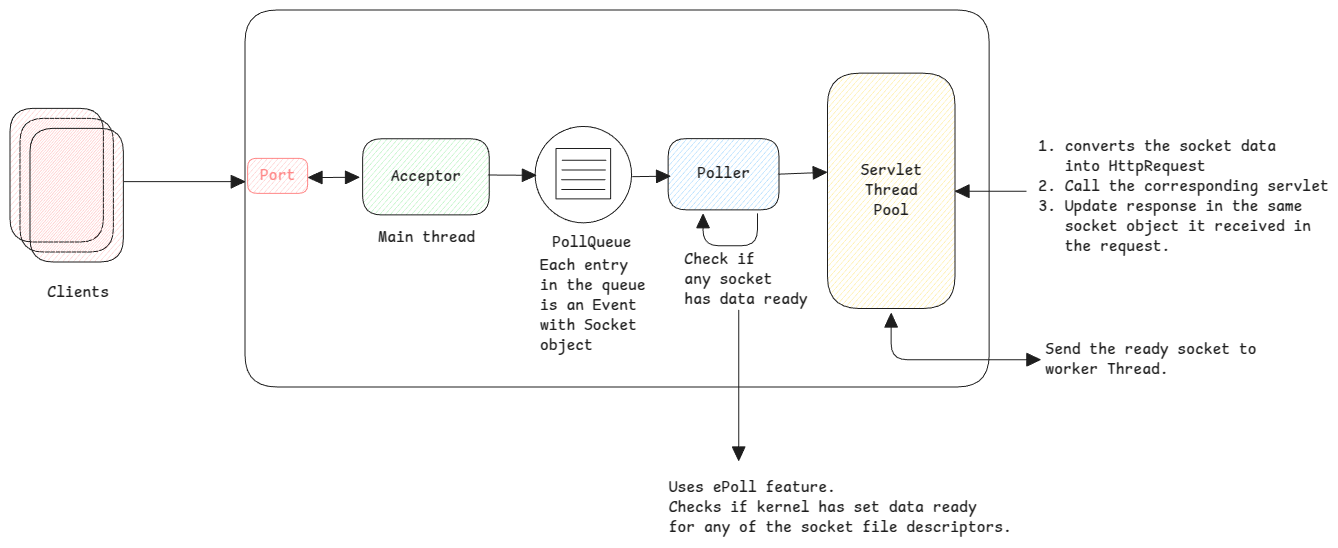
The Excalidraw diagram static/img/nio.excalidraw.png in swaroopar/inprogress-engineer, before a commit. Source tidied: one line per element, renumbered; positions are measured from the earlier drawing's top-left corner, leaving out a move shared by most shapes.
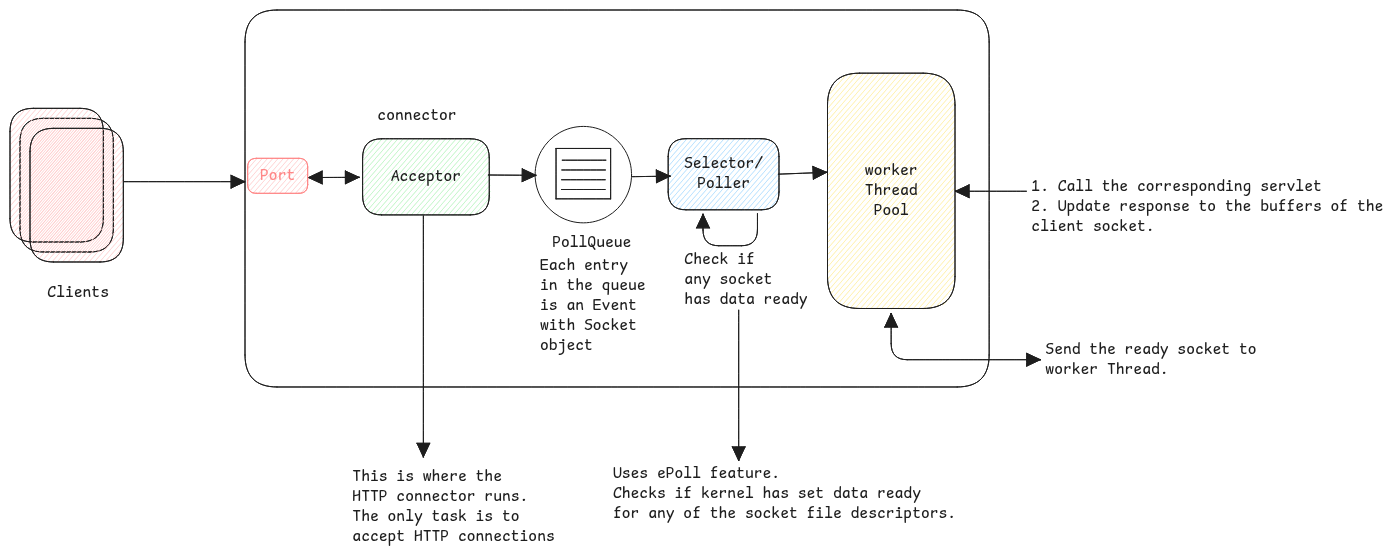
Above is the later version.

Change to the diagram source:
```diff
@@ -12,24 +12,23 @@
 {"id": 11, "type": "line", "strokeColor": "#1e1e1e", "strokeWidth": 1, "roughness": 0, "endArrowhead": "triangle", "round": true, "x": 552, "y": 180, "width": 44, "height": 0, "points": [[0, 0], [44, 0]]}
 {"id": 12, "type": "text", "text": "PollQueue", "strokeColor": "#1e1e1e", "strokeWidth": 1, "roughness": 0, "fontSize": 16, "fontFamily": 8, "x": 542, "y": 223, "width": 79, "height": 20}
 {"id": 13, "type": "rectangle", "strokeColor": "#1e1e1e", "backgroundColor": "#a5d8ff", "fillStyle": "hachure", "strokeWidth": 1, "roughness": 0, "round": true, "x": 658, "y": 129, "width": 111, "height": 71}
-{"id": 14, "type": "text", "text": "Poller", "strokeColor": "#1e1e1e", "strokeWidth": 2, "roughness": 1, "fontSize": 16, "fontFamily": 8, "textAlign": "center", "verticalAlign": "middle", "inside": 13, "x": 687, "y": 154, "width": 53, "height": 20}
+{"id": 14, "type": "text", "text": "Selector/\nPoller", "strokeColor": "#1e1e1e", "strokeWidth": 2, "roughness": 1, "fontSize": 16, "fontFamily": 8, "textAlign": "center", "verticalAlign": "middle", "inside": 13, "x": 674, "y": 144, "width": 79, "height": 40}
 {"id": 15, "type": "rectangle", "strokeColor": "#1e1e1e", "backgroundColor": "#ffec99", "fillStyle": "hachure", "strokeWidth": 1, "roughness": 0, "round": true, "x": 817, "y": 63, "width": 128, "height": 235}
-{"id": 16, "type": "text", "text": "Servlet\nThread\nPool", "strokeColor": "#1e1e1e", "strokeWidth": 2, "roughness": 1, "fontSize": 16, "fontFamily": 8, "textAlign": "center", "verticalAlign": "middle", "inside": 15, "x": 850, "y": 151, "width": 62, "height": 60}
+{"id": 16, "type": "text", "text": "worker\nThread\nPool", "strokeColor": "#1e1e1e", "strokeWidth": 2, "roughness": 1, "fontSize": 16, "fontFamily": 8, "textAlign": "center", "verticalAlign": "middle", "inside": 15, "x": 855, "y": 151, "width": 53, "height": 60}
 {"id": 17, "type": "arrow", "strokeColor": "#1e1e1e", "strokeWidth": 1, "roughness": 0, "endArrowhead": "triangle", "from": 13, "to": 13, "x": 747, "y": 204, "width": 54, "height": 32, "points": [[0, 0], [0, 32], [-54, 32], [-54, 1]]}
 {"id": 18, "type": "text", "text": "Check if \nany socket \nhas data ready", "strokeColor": "#1e1e1e", "strokeWidth": 1, "roughness": 0, "fontSize": 16, "fontFamily": 8, "x": 674, "y": 240, "width": 123, "height": 60}
 {"id": 19, "type": "arrow", "strokeColor": "#1e1e1e", "strokeWidth": 1, "roughness": 0, "endArrowhead": "triangle", "round": true, "x": 478, "y": 165, "width": 48, "height": 0, "points": [[0, 0], [48, 0]]}
 {"id": 20, "type": "arrow", "strokeColor": "#1e1e1e", "strokeWidth": 1, "roughness": 0, "endArrowhead": "triangle", "round": true, "from": 6, "x": 623, "y": 167, "width": 37, "height": 1, "points": [[0, 0], [37, -1]]}
 {"id": 21, "type": "arrow", "strokeColor": "#1e1e1e", "strokeWidth": 1, "roughness": 0, "endArrowhead": "triangle", "round": true, "to": 15, "x": 768, "y": 164, "width": 48, "height": 2, "points": [[0, 0], [48, -2]]}
-{"id": 22, "type": "text", "text": "Main thread", "strokeColor": "#1e1e1e", "strokeWidth": 1, "roughness": 0, "fontSize": 16, "fontFamily": 8, "x": 368, "y": 218, "width": 97, "height": 20}
 {"id": 23, "type": "text", "text": "Each entry \nin the queue \nis an Event \nwith Socket\nobject", "strokeColor": "#1e1e1e", "strokeWidth": 1, "roughness": 0, "fontSize": 16, "fontFamily": 8, "x": 530, "y": 246, "width": 114, "height": 100}
 {"id": 24, "type": "rectangle", "strokeColor": "#1e1e1e", "backgroundColor": "#ffc9c9", "fillStyle": "hachure", "strokeWidth": 1, "roughness": 0, "round": true, "x": 10, "y": 108, "width": 93, "height": 134}
 {"id": 25, "type": "text", "text": "Clients", "strokeColor": "#1e1e1e", "strokeWidth": 1, "roughness": 0, "fontSize": 16, "fontFamily": 8, "x": 37, "y": 273, "width": 62, "height": 20}
 {"id": 26, "type": "arrow", "strokeColor": "#1e1e1e", "backgroundColor": "#ffc9c9", "fillStyle": "hachure", "strokeWidth": 1, "roughness": 0, "endArrowhead": "triangle", "round": true, "to": 4, "x": 114, "y": 172, "width": 121, "height": 0, "points": [[0, 0], [121, 0]]}
 {"id": 27, "type": "rectangle", "strokeColor": "#1e1e1e", "backgroundColor": "#ffc9c9", "fillStyle": "hachure", "strokeWidth": 1, "roughness": 0, "round": true, "x": 0, "y": 98, "width": 93, "height": 134}
 {"id": 28, "type": "rectangle", "strokeColor": "#1e1e1e", "backgroundColor": "#ffc9c9", "fillStyle": "hachure", "strokeWidth": 1, "roughness": 0, "round": true, "x": 20, "y": 118, "width": 93, "height": 134}
-{"id": 29, "type": "arrow", "strokeColor": "#1e1e1e", "backgroundColor": "#ffec99", "fillStyle": "hachure", "strokeWidth": 1, "roughness": 0, "startArrowhead": "triangle", "endArrowhead": "triangle", "from": 15, "to": 30, "x": 881, "y": 303, "width": 149, "height": 46, "points": [[0, 0], [0, 46], [149, 46]]}
-{"id": 30, "type": "text", "text": "Send the ready socket to \nworker Thread. ", "strokeColor": "#1e1e1e", "backgroundColor": "#ffec99", "fillStyle": "hachure", "strokeWidth": 1, "roughness": 0, "fontSize": 16, "fontFamily": 8, "x": 1035, "y": 330, "width": 220, "height": 40}
-{"id": 31, "type": "text", "text": "1. converts the socket data \n   into HttpRequest\n2. Call the corresponding servlet\n3. Update response in the same \n   socket object it received in \n   the request.", "strokeColor": "#1e1e1e", "backgroundColor": "#ffec99", "fillStyle": "hachure", "strokeWidth": 1, "roughness": 0, "fontSize": 16, "fontFamily": 8, "x": 1028, "y": 127, "width": 290, "height": 120}
+{"id": 31, "type": "text", "text": "\n1. Call the corresponding servlet\n2. Update response to the buffers of the\nclient socket.", "strokeColor": "#1e1e1e", "backgroundColor": "#ffec99", "fillStyle": "hachure", "strokeWidth": 1, "roughness": 0, "fontSize": 16, "fontFamily": 8, "x": 1021, "y": 147, "width": 352, "height": 80}
 {"id": 32, "type": "arrow", "strokeColor": "#1e1e1e", "backgroundColor": "#ffec99", "fillStyle": "hachure", "strokeWidth": 1, "roughness": 0, "endArrowhead": "triangle", "round": true, "to": 15, "x": 1016, "y": 181, "width": 71, "height": 0, "points": [[0, 0], [-71, 0]]}
 {"id": 33, "type": "arrow", "strokeColor": "#1e1e1e", "strokeWidth": 1, "roughness": 0, "endArrowhead": "triangle", "round": true, "x": 729, "y": 300, "width": 0, "height": 150, "points": [[0, 0], [0, 150]]}
-{"id": 34, "type": "text", "text": "Uses ePoll feature. \nChecks if kernel has set data ready \nfor any of the socket file descriptors.", "strokeColor": "#1e1e1e", "strokeWidth": 1, "roughness": 0, "fontSize": 16, "fontFamily": 8, "x": 659, "y": 468, "width": 343, "height": 60}
+{"id": 34, "type": "text", "text": "Uses ePoll feature. \nChecks if kernel has set data ready \nfor any of the socket file descriptors.", "strokeColor": "#1e1e1e", "strokeWidth": 1, "roughness": 0, "fontSize": 16, "fontFamily": 8, "x": 603, "y": 454, "width": 343, "height": 60}
+{"id": 35, "type": "arrow", "strokeColor": "#1e1e1e", "strokeWidth": 1, "roughness": 0, "endArrowhead": "triangle", "round": true, "from": 1, "x": 413, "y": 206, "width": 0, "height": 241, "points": [[0, 0], [0, 241]]}
+{"id": 36, "type": "text", "text": "This is where the \nHTTP connector runs. \nThe only task is to \naccept HTTP connections", "strokeColor": "#1e1e1e", "strokeWidth": 1, "roughness": 0, "fontSize": 16, "fontFamily": 8, "x": 342, "y": 457, "width": 202, "height": 80}
```
